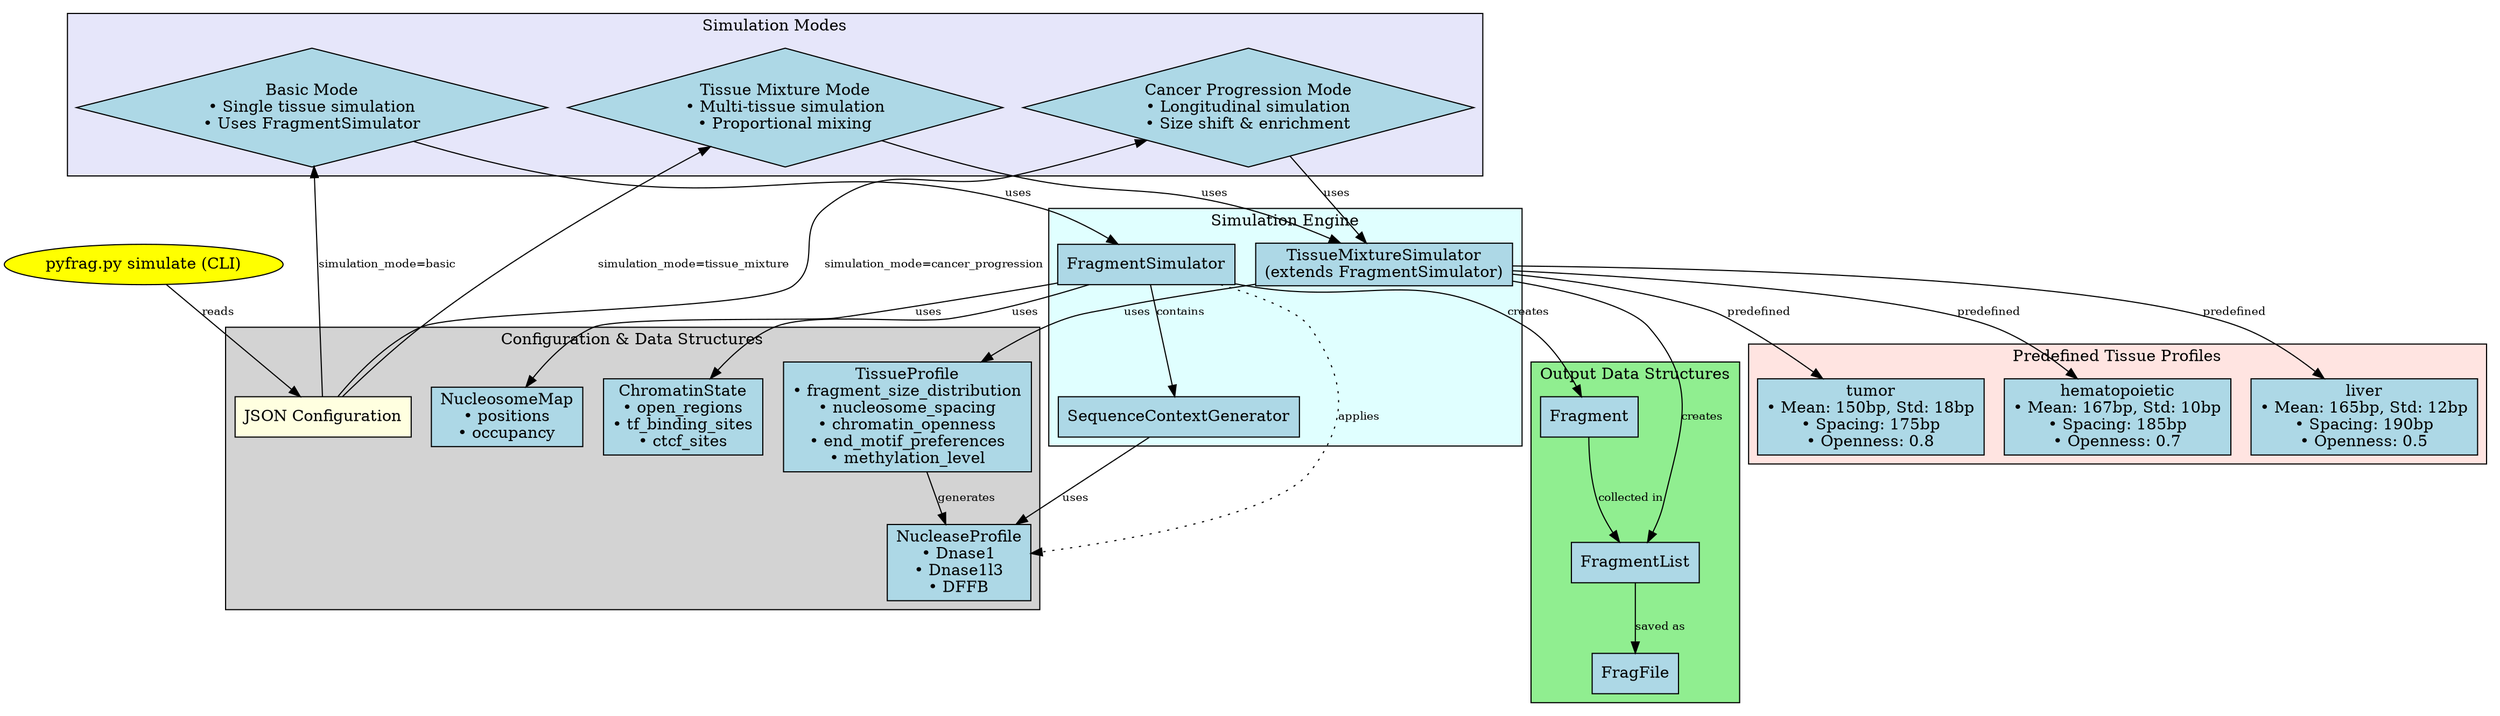
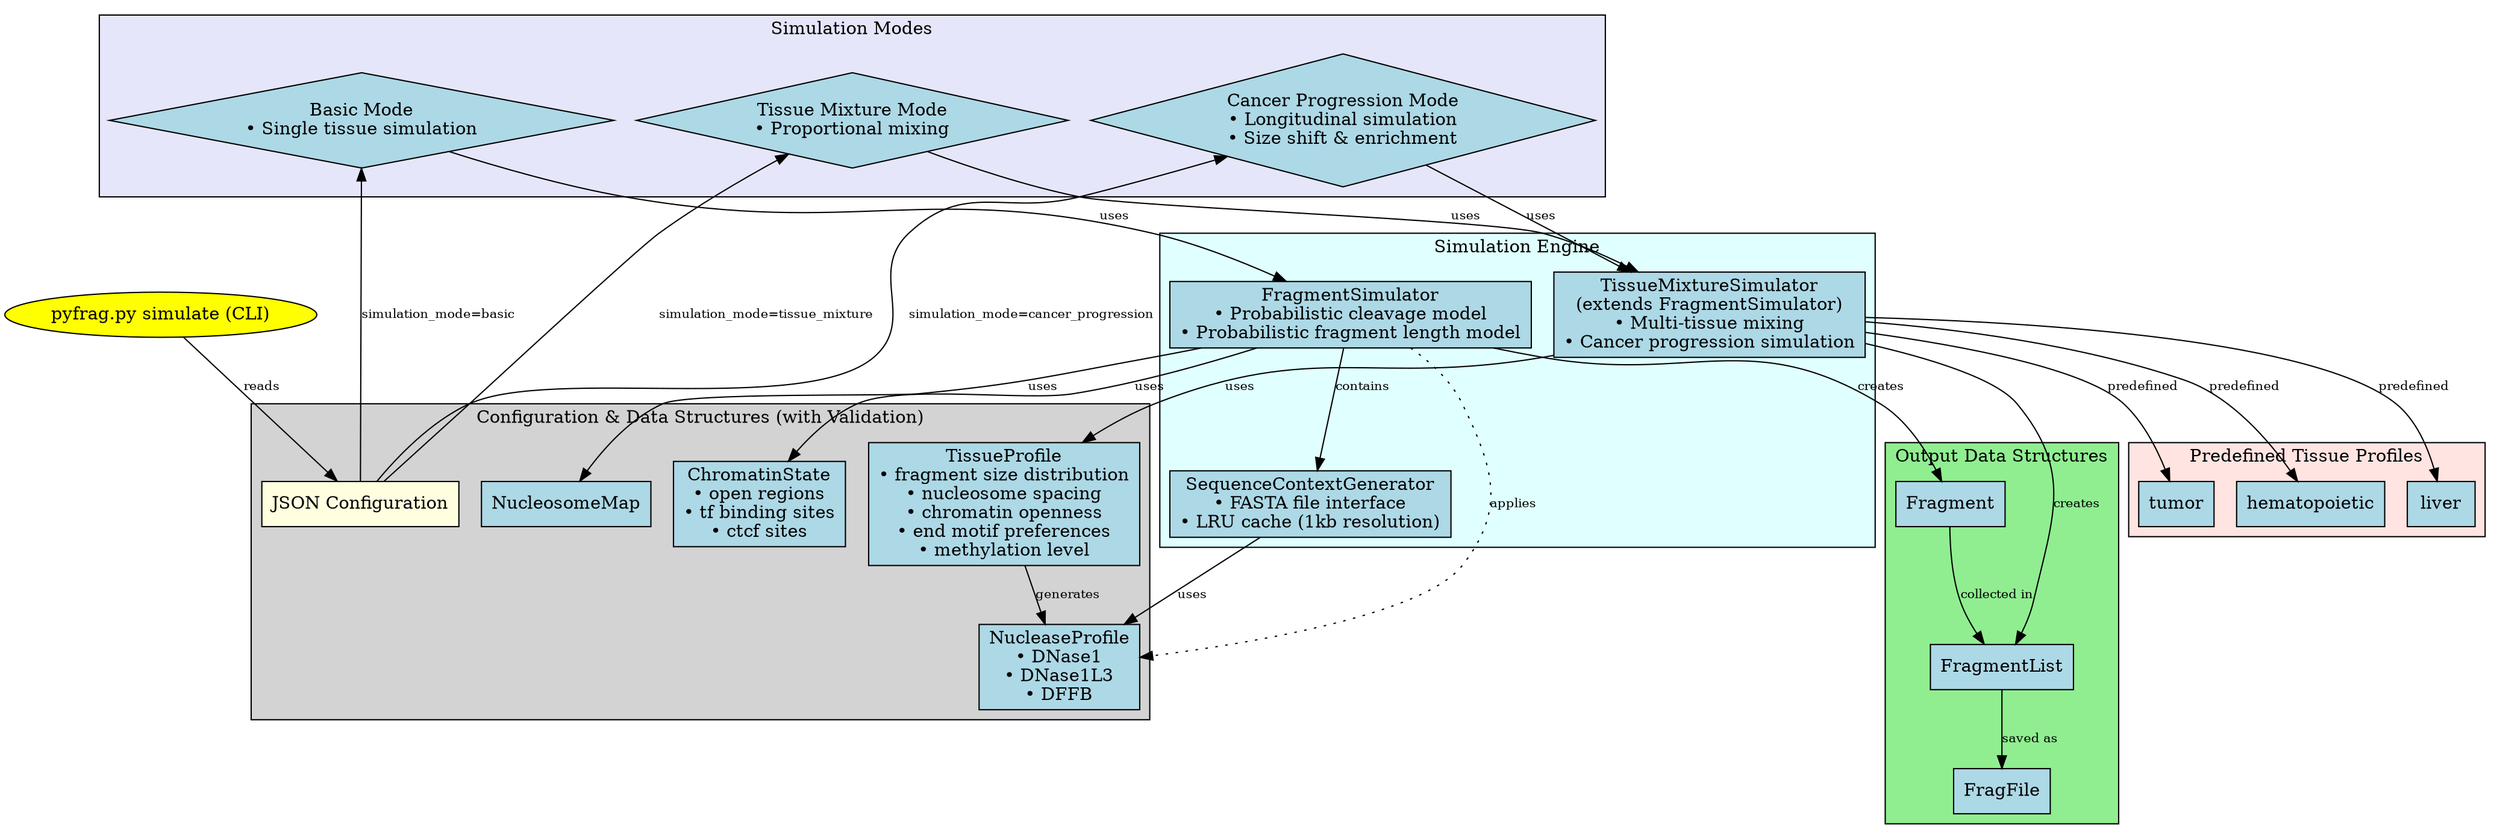
digraph SimulationArchitecture {
    rankdir=TB;
    node [shape=box, style=filled, fillcolor=lightblue];
    edge [fontsize=10];

    // Main entry point
    CLI [label="pyfrag.py simulate (CLI)", shape=ellipse, fillcolor=yellow];

    // Configuration and data classes
    subgraph cluster_config {
-         label="Configuration & Data Structures";
+         label="Configuration & Data Structures (with Validation)";
        style=filled;
        fillcolor=lightgray;

        Config [label="JSON Configuration", fillcolor=lightyellow];
-         NucleaseProfile [label="NucleaseProfile\n• Dnase1\n• Dnase1l3\n• DFFB"];
-         TissueProfile [label="TissueProfile\n• fragment_size_distribution\n• nucleosome_spacing\n• chromatin_openness\n• end_motif_preferences\n• methylation_level"];
-         NucleosomeMap [label="NucleosomeMap\n• positions\n• occupancy"];
-         ChromatinState [label="ChromatinState\n• open_regions\n• tf_binding_sites\n• ctcf_sites"];
+         NucleaseProfile [label="NucleaseProfile\n• DNase1\n• DNase1L3\n• DFFB"];
+         TissueProfile [label="TissueProfile\n• fragment size distribution\n• nucleosome spacing\n• chromatin openness\n• end motif preferences\n• methylation level"];
+         NucleosomeMap [label="NucleosomeMap"];
+         ChromatinState [label="ChromatinState\n• open regions\n• tf binding sites\n• ctcf sites"];
    }

    // Core simulation classes
    subgraph cluster_simulators {
        label="Simulation Engine";
        style=filled;
        fillcolor=lightcyan;

-         SequenceGenerator [label="SequenceContextGenerator"];
-         FragmentSimulator [label="FragmentSimulator"];
-         TissueMixtureSimulator [label="TissueMixtureSimulator\n(extends FragmentSimulator)"];
+         SequenceGenerator [label="SequenceContextGenerator\n• FASTA file interface\n• LRU cache (1kb resolution)"];
+         FragmentSimulator [label="FragmentSimulator\n• Probabilistic cleavage model\n• Probabilistic fragment length model"];
+         TissueMixtureSimulator [label="TissueMixtureSimulator\n(extends FragmentSimulator)\n• Multi-tissue mixing\n• Cancer progression simulation"];
    }

    // Output classes
    subgraph cluster_output {
        label="Output Data Structures";
        style=filled;
        fillcolor=lightgreen;

        Fragment [label="Fragment"];
        FragmentList [label="FragmentList"];
        FragFile [label="FragFile"];
    }

    // Simulation modes
    subgraph cluster_modes {
        label="Simulation Modes";
        style=filled;
        fillcolor=lavender;

-         BasicMode [label="Basic Mode\n• Single tissue simulation\n• Uses FragmentSimulator", shape=diamond];
-         TissueMixture [label="Tissue Mixture Mode\n• Multi-tissue simulation\n• Proportional mixing", shape=diamond];
+         BasicMode [label="Basic Mode\n• Single tissue simulation", shape=diamond];
+         TissueMixture [label="Tissue Mixture Mode\n• Proportional mixing", shape=diamond];
        CancerProgression [label="Cancer Progression Mode\n• Longitudinal simulation\n• Size shift & enrichment", shape=diamond];
    }

    // Predefined tissue profiles
    subgraph cluster_tissues {
        label="Predefined Tissue Profiles";
        style=filled;
        fillcolor=mistyrose;

-         Hematopoietic [label="hematopoietic\n• Mean: 167bp, Std: 10bp\n• Spacing: 185bp\n• Openness: 0.7"];
-         Liver [label="liver\n• Mean: 165bp, Std: 12bp\n• Spacing: 190bp\n• Openness: 0.5"];
-         Tumor [label="tumor\n• Mean: 150bp, Std: 18bp\n• Spacing: 175bp\n• Openness: 0.8"];
+         Hematopoietic [label="hematopoietic"];
+         Liver [label="liver"];
+         Tumor [label="tumor"];
    }

    // Relationships and data flow
    CLI -> Config [label="reads"];

    // Configuration flows
    Config -> BasicMode [label="simulation_mode=basic"];
    Config -> TissueMixture [label="simulation_mode=tissue_mixture"];
    Config -> CancerProgression [label="simulation_mode=cancer_progression"];

    // Mode to simulator mapping
    BasicMode -> FragmentSimulator [label="uses"];
    TissueMixture -> TissueMixtureSimulator [label="uses"];
    CancerProgression -> TissueMixtureSimulator [label="uses"];

    // Simulator dependencies
    FragmentSimulator -> SequenceGenerator [label="contains"];
    FragmentSimulator -> NucleosomeMap [label="uses"];
    FragmentSimulator -> ChromatinState [label="uses"];
    TissueMixtureSimulator -> TissueProfile [label="uses"];

    // Tissue profiles
    TissueMixtureSimulator -> Hematopoietic [label="predefined"];
    TissueMixtureSimulator -> Liver [label="predefined"];
    TissueMixtureSimulator -> Tumor [label="predefined"];

    // Data structure relationships
    TissueProfile -> NucleaseProfile [label="generates"];
    SequenceGenerator -> NucleaseProfile [label="uses"];

    // Output generation
    FragmentSimulator -> Fragment [label="creates"];
    Fragment -> FragmentList [label="collected in"];
    FragmentList -> FragFile [label="saved as"];
    TissueMixtureSimulator -> FragmentList [label="creates"];

    // Key algorithms (invisible edges for layout)
    FragmentSimulator -> NucleaseProfile [label="applies", style=dotted];
}
